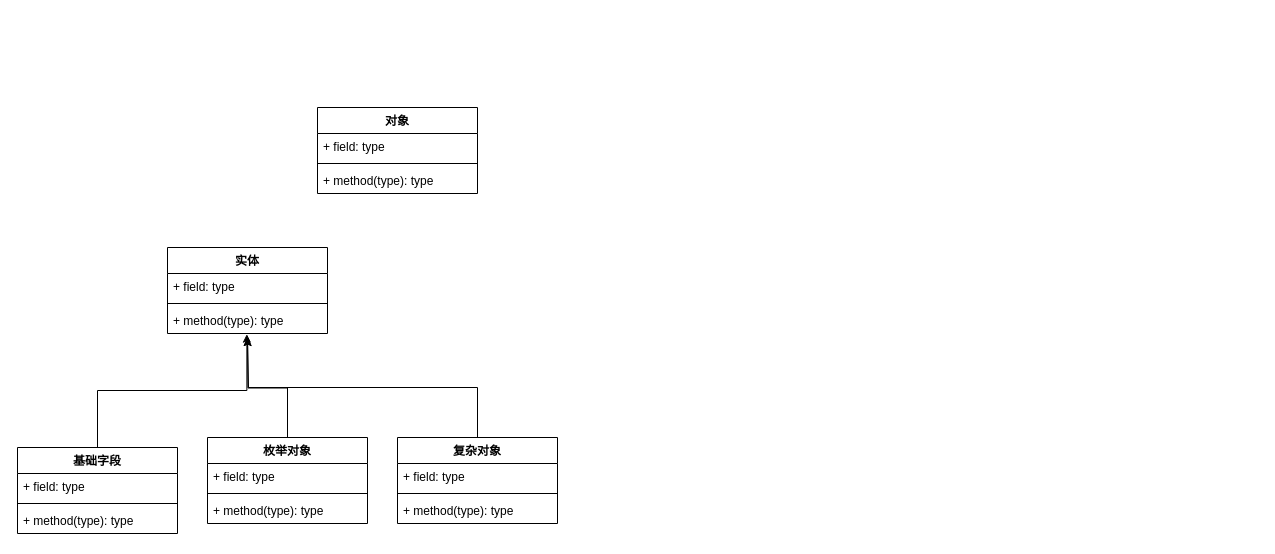
Earlier version of the draw.io diagram 低代码.drawio (idbanfan/drawio). Source tidied: cells renumbered, new cells numbered last; positions are measured from the earlier drawing's top-left corner, leaving out a move shared by most shapes. Both pictures are drawn from the tidied source at 100%, with x=0, y=0 at pixel (17, 107).
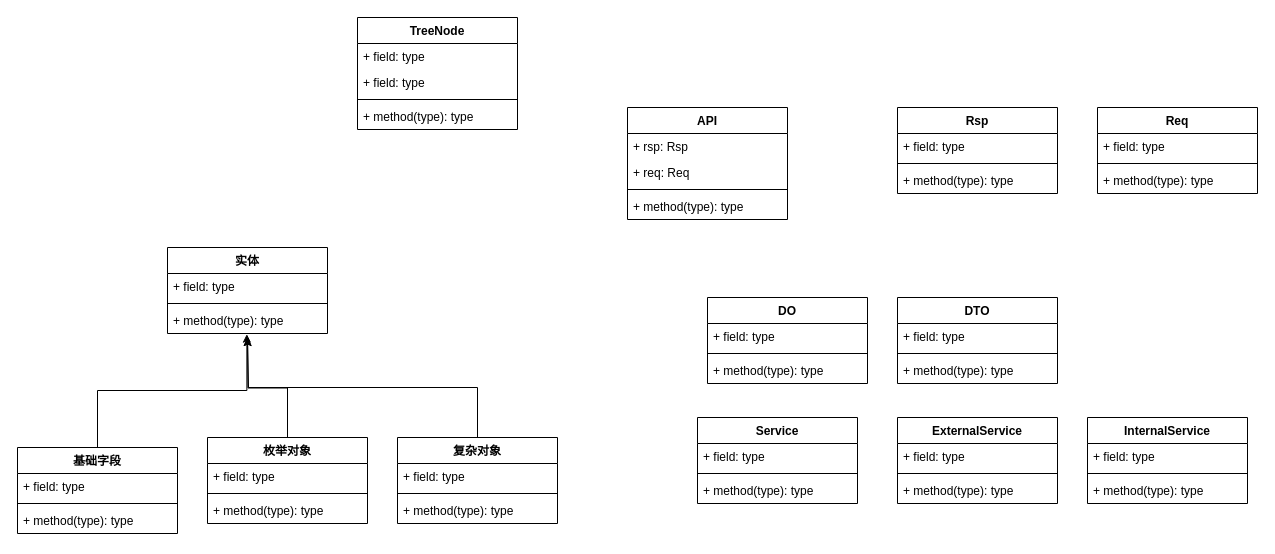
The same page after the edit.

Commit message (it also covers changes not shown here):
更新低代码.drawio

The edit, as a diff of the source:
```diff
@@
-    <mxCell id="2" value="对象" style="swimlane;fontStyle=1;align=center;verticalAlign=top;horizontal=1;startSize=26;whiteSpace=wrap;html=1;" parent="1" vertex="1">
-      <mxGeometry x="300" width="160" height="86" as="geometry" />
-    </mxCell>
-    <mxCell id="3" value="+ field: type" style="text;strokeColor=none;fillColor=none;align=left;verticalAlign=top;spacingLeft=4;spacingRight=4;overflow=hidden;whiteSpace=wrap;html=1;" parent="2" vertex="1">
-      <mxGeometry y="26" width="160" height="26" as="geometry" />
-    </mxCell>
-    <mxCell id="4" style="line;strokeWidth=1;fillColor=none;align=left;verticalAlign=middle;spacingTop=-1;spacingLeft=3;spacingRight=3;labelPosition=right;strokeColor=inherit;" parent="2" vertex="1">
-      <mxGeometry y="52" width="160" height="8" as="geometry" />
-    </mxCell>
-    <mxCell id="5" value="+ method(type): type" style="text;strokeColor=none;fillColor=none;align=left;verticalAlign=top;spacingLeft=4;spacingRight=4;overflow=hidden;whiteSpace=wrap;html=1;" parent="2" vertex="1">
-      <mxGeometry y="60" width="160" height="26" as="geometry" />
-    </mxCell>
@@
+    <mxCell id="25" value="Rsp" style="swimlane;fontStyle=1;align=center;verticalAlign=top;horizontal=1;startSize=26;whiteSpace=wrap;html=1;" parent="1" vertex="1">
+      <mxGeometry x="880" width="160" height="86" as="geometry" />
+    </mxCell>
+    <mxCell id="26" value="+ field: type" style="text;strokeColor=none;fillColor=none;align=left;verticalAlign=top;spacingLeft=4;spacingRight=4;overflow=hidden;whiteSpace=wrap;html=1;" parent="25" vertex="1">
+      <mxGeometry y="26" width="160" height="26" as="geometry" />
+    </mxCell>
+    <mxCell id="27" style="line;strokeWidth=1;fillColor=none;align=left;verticalAlign=middle;spacingTop=-1;spacingLeft=3;spacingRight=3;labelPosition=right;strokeColor=inherit;" parent="25" vertex="1">
+      <mxGeometry y="52" width="160" height="8" as="geometry" />
+    </mxCell>
+    <mxCell id="28" value="+ method(type): type" style="text;strokeColor=none;fillColor=none;align=left;verticalAlign=top;spacingLeft=4;spacingRight=4;overflow=hidden;whiteSpace=wrap;html=1;" parent="25" vertex="1">
+      <mxGeometry y="60" width="160" height="26" as="geometry" />
+    </mxCell>
+    <mxCell id="29" value="DO" style="swimlane;fontStyle=1;align=center;verticalAlign=top;horizontal=1;startSize=26;whiteSpace=wrap;html=1;" parent="1" vertex="1">
+      <mxGeometry x="690" y="190" width="160" height="86" as="geometry" />
+    </mxCell>
+    <mxCell id="30" value="+ field: type" style="text;strokeColor=none;fillColor=none;align=left;verticalAlign=top;spacingLeft=4;spacingRight=4;overflow=hidden;whiteSpace=wrap;html=1;" parent="29" vertex="1">
+      <mxGeometry y="26" width="160" height="26" as="geometry" />
+    </mxCell>
+    <mxCell id="31" style="line;strokeWidth=1;fillColor=none;align=left;verticalAlign=middle;spacingTop=-1;spacingLeft=3;spacingRight=3;labelPosition=right;strokeColor=inherit;" parent="29" vertex="1">
+      <mxGeometry y="52" width="160" height="8" as="geometry" />
+    </mxCell>
+    <mxCell id="32" value="+ method(type): type" style="text;strokeColor=none;fillColor=none;align=left;verticalAlign=top;spacingLeft=4;spacingRight=4;overflow=hidden;whiteSpace=wrap;html=1;" parent="29" vertex="1">
+      <mxGeometry y="60" width="160" height="26" as="geometry" />
+    </mxCell>
+    <mxCell id="33" value="DTO" style="swimlane;fontStyle=1;align=center;verticalAlign=top;horizontal=1;startSize=26;whiteSpace=wrap;html=1;" parent="1" vertex="1">
+      <mxGeometry x="880" y="190" width="160" height="86" as="geometry" />
+    </mxCell>
+    <mxCell id="34" value="+ field: type" style="text;strokeColor=none;fillColor=none;align=left;verticalAlign=top;spacingLeft=4;spacingRight=4;overflow=hidden;whiteSpace=wrap;html=1;" parent="33" vertex="1">
+      <mxGeometry y="26" width="160" height="26" as="geometry" />
+    </mxCell>
+    <mxCell id="35" style="line;strokeWidth=1;fillColor=none;align=left;verticalAlign=middle;spacingTop=-1;spacingLeft=3;spacingRight=3;labelPosition=right;strokeColor=inherit;" parent="33" vertex="1">
+      <mxGeometry y="52" width="160" height="8" as="geometry" />
+    </mxCell>
+    <mxCell id="36" value="+ method(type): type" style="text;strokeColor=none;fillColor=none;align=left;verticalAlign=top;spacingLeft=4;spacingRight=4;overflow=hidden;whiteSpace=wrap;html=1;" parent="33" vertex="1">
+      <mxGeometry y="60" width="160" height="26" as="geometry" />
+    </mxCell>
+    <mxCell id="37" value="API" style="swimlane;fontStyle=1;align=center;verticalAlign=top;horizontal=1;startSize=26;whiteSpace=wrap;html=1;" parent="1" vertex="1">
+      <mxGeometry x="610" width="160" height="112" as="geometry" />
+    </mxCell>
+    <mxCell id="38" value="+ rsp: Rsp" style="text;strokeColor=none;fillColor=none;align=left;verticalAlign=top;spacingLeft=4;spacingRight=4;overflow=hidden;whiteSpace=wrap;html=1;" parent="37" vertex="1">
+      <mxGeometry y="26" width="160" height="26" as="geometry" />
+    </mxCell>
+    <mxCell id="39" value="+ req: Req" style="text;strokeColor=none;fillColor=none;align=left;verticalAlign=top;spacingLeft=4;spacingRight=4;overflow=hidden;whiteSpace=wrap;html=1;" parent="37" vertex="1">
+      <mxGeometry y="52" width="160" height="26" as="geometry" />
+    </mxCell>
+    <mxCell id="40" style="line;strokeWidth=1;fillColor=none;align=left;verticalAlign=middle;spacingTop=-1;spacingLeft=3;spacingRight=3;labelPosition=right;strokeColor=inherit;" parent="37" vertex="1">
+      <mxGeometry y="78" width="160" height="8" as="geometry" />
+    </mxCell>
+    <mxCell id="41" value="+ method(type): type" style="text;strokeColor=none;fillColor=none;align=left;verticalAlign=top;spacingLeft=4;spacingRight=4;overflow=hidden;whiteSpace=wrap;html=1;" parent="37" vertex="1">
+      <mxGeometry y="86" width="160" height="26" as="geometry" />
+    </mxCell>
+    <mxCell id="42" value="TreeNode" style="swimlane;fontStyle=1;align=center;verticalAlign=top;horizontal=1;startSize=26;whiteSpace=wrap;html=1;" parent="1" vertex="1">
+      <mxGeometry x="340" y="-90" width="160" height="112" as="geometry" />
+    </mxCell>
+    <mxCell id="43" value="+ field: type" style="text;strokeColor=none;fillColor=none;align=left;verticalAlign=top;spacingLeft=4;spacingRight=4;overflow=hidden;whiteSpace=wrap;html=1;" parent="42" vertex="1">
+      <mxGeometry y="26" width="160" height="26" as="geometry" />
+    </mxCell>
+    <mxCell id="44" value="+ field: type" style="text;strokeColor=none;fillColor=none;align=left;verticalAlign=top;spacingLeft=4;spacingRight=4;overflow=hidden;whiteSpace=wrap;html=1;" parent="42" vertex="1">
+      <mxGeometry y="52" width="160" height="26" as="geometry" />
+    </mxCell>
+    <mxCell id="45" style="line;strokeWidth=1;fillColor=none;align=left;verticalAlign=middle;spacingTop=-1;spacingLeft=3;spacingRight=3;labelPosition=right;strokeColor=inherit;" parent="42" vertex="1">
+      <mxGeometry y="78" width="160" height="8" as="geometry" />
+    </mxCell>
+    <mxCell id="46" value="+ method(type): type" style="text;strokeColor=none;fillColor=none;align=left;verticalAlign=top;spacingLeft=4;spacingRight=4;overflow=hidden;whiteSpace=wrap;html=1;" parent="42" vertex="1">
+      <mxGeometry y="86" width="160" height="26" as="geometry" />
+    </mxCell>
+    <mxCell id="47" value="Req" style="swimlane;fontStyle=1;align=center;verticalAlign=top;horizontal=1;startSize=26;whiteSpace=wrap;html=1;" parent="1" vertex="1">
+      <mxGeometry x="1080" width="160" height="86" as="geometry" />
+    </mxCell>
+    <mxCell id="48" value="+ field: type" style="text;strokeColor=none;fillColor=none;align=left;verticalAlign=top;spacingLeft=4;spacingRight=4;overflow=hidden;whiteSpace=wrap;html=1;" parent="47" vertex="1">
+      <mxGeometry y="26" width="160" height="26" as="geometry" />
+    </mxCell>
+    <mxCell id="49" style="line;strokeWidth=1;fillColor=none;align=left;verticalAlign=middle;spacingTop=-1;spacingLeft=3;spacingRight=3;labelPosition=right;strokeColor=inherit;" parent="47" vertex="1">
+      <mxGeometry y="52" width="160" height="8" as="geometry" />
+    </mxCell>
+    <mxCell id="50" value="+ method(type): type" style="text;strokeColor=none;fillColor=none;align=left;verticalAlign=top;spacingLeft=4;spacingRight=4;overflow=hidden;whiteSpace=wrap;html=1;" parent="47" vertex="1">
+      <mxGeometry y="60" width="160" height="26" as="geometry" />
+    </mxCell>
+    <mxCell id="51" value="Service" style="swimlane;fontStyle=1;align=center;verticalAlign=top;horizontal=1;startSize=26;whiteSpace=wrap;html=1;" parent="1" vertex="1">
+      <mxGeometry x="680" y="310" width="160" height="86" as="geometry" />
+    </mxCell>
+    <mxCell id="52" value="+ field: type" style="text;strokeColor=none;fillColor=none;align=left;verticalAlign=top;spacingLeft=4;spacingRight=4;overflow=hidden;whiteSpace=wrap;html=1;" parent="51" vertex="1">
+      <mxGeometry y="26" width="160" height="26" as="geometry" />
+    </mxCell>
+    <mxCell id="53" style="line;strokeWidth=1;fillColor=none;align=left;verticalAlign=middle;spacingTop=-1;spacingLeft=3;spacingRight=3;labelPosition=right;strokeColor=inherit;" parent="51" vertex="1">
+      <mxGeometry y="52" width="160" height="8" as="geometry" />
+    </mxCell>
+    <mxCell id="54" value="+ method(type): type" style="text;strokeColor=none;fillColor=none;align=left;verticalAlign=top;spacingLeft=4;spacingRight=4;overflow=hidden;whiteSpace=wrap;html=1;" parent="51" vertex="1">
+      <mxGeometry y="60" width="160" height="26" as="geometry" />
+    </mxCell>
+    <mxCell id="55" value="ExternalService" style="swimlane;fontStyle=1;align=center;verticalAlign=top;horizontal=1;startSize=26;whiteSpace=wrap;html=1;" parent="1" vertex="1">
+      <mxGeometry x="880" y="310" width="160" height="86" as="geometry" />
+    </mxCell>
+    <mxCell id="56" value="+ field: type" style="text;strokeColor=none;fillColor=none;align=left;verticalAlign=top;spacingLeft=4;spacingRight=4;overflow=hidden;whiteSpace=wrap;html=1;" parent="55" vertex="1">
+      <mxGeometry y="26" width="160" height="26" as="geometry" />
+    </mxCell>
+    <mxCell id="57" style="line;strokeWidth=1;fillColor=none;align=left;verticalAlign=middle;spacingTop=-1;spacingLeft=3;spacingRight=3;labelPosition=right;strokeColor=inherit;" parent="55" vertex="1">
+      <mxGeometry y="52" width="160" height="8" as="geometry" />
+    </mxCell>
+    <mxCell id="58" value="+ method(type): type" style="text;strokeColor=none;fillColor=none;align=left;verticalAlign=top;spacingLeft=4;spacingRight=4;overflow=hidden;whiteSpace=wrap;html=1;" parent="55" vertex="1">
+      <mxGeometry y="60" width="160" height="26" as="geometry" />
+    </mxCell>
+    <mxCell id="59" value="InternalService" style="swimlane;fontStyle=1;align=center;verticalAlign=top;horizontal=1;startSize=26;whiteSpace=wrap;html=1;" parent="1" vertex="1">
+      <mxGeometry x="1070" y="310" width="160" height="86" as="geometry" />
+    </mxCell>
+    <mxCell id="60" value="+ field: type" style="text;strokeColor=none;fillColor=none;align=left;verticalAlign=top;spacingLeft=4;spacingRight=4;overflow=hidden;whiteSpace=wrap;html=1;" parent="59" vertex="1">
+      <mxGeometry y="26" width="160" height="26" as="geometry" />
+    </mxCell>
+    <mxCell id="61" style="line;strokeWidth=1;fillColor=none;align=left;verticalAlign=middle;spacingTop=-1;spacingLeft=3;spacingRight=3;labelPosition=right;strokeColor=inherit;" parent="59" vertex="1">
+      <mxGeometry y="52" width="160" height="8" as="geometry" />
+    </mxCell>
+    <mxCell id="62" value="+ method(type): type" style="text;strokeColor=none;fillColor=none;align=left;verticalAlign=top;spacingLeft=4;spacingRight=4;overflow=hidden;whiteSpace=wrap;html=1;" parent="59" vertex="1">
+      <mxGeometry y="60" width="160" height="26" as="geometry" />
+    </mxCell>
```
